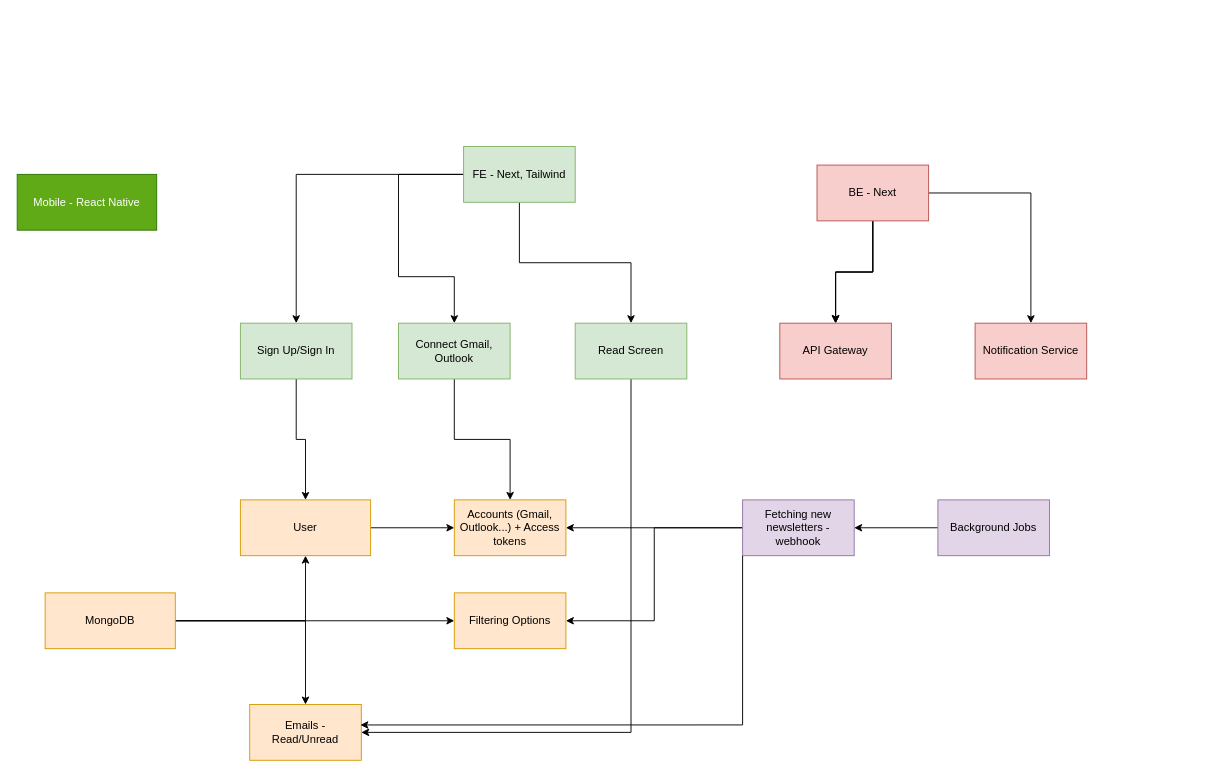
Earlier version of the draw.io diagram newsletter-app.drawio (hoangv97/draw-io). Source tidied: cells renumbered, new cells numbered last; positions are measured from the earlier drawing's top-left corner, leaving out a move shared by most shapes. Both pictures are drawn from the tidied source at 93%, with x=0, y=0 at pixel (17, 146).
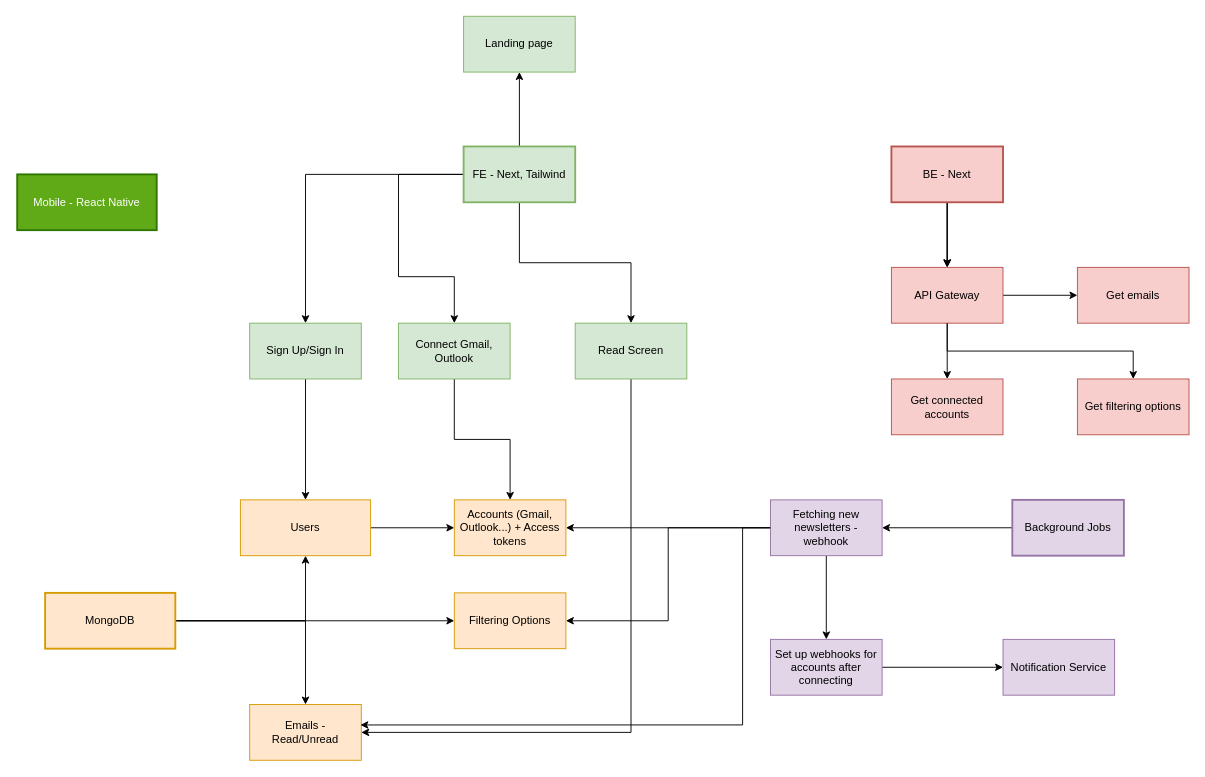
The same diagram, later.

Commit message:
Cập nhật newsletter-app.drawio

What changed in the source:
```diff
@@
+    <mxCell id="35" style="edgeStyle=orthogonalEdgeStyle;rounded=0;jettySize=auto;html=1;" parent="1" edge="1" source="5" target="41">
+      <mxGeometry relative="1" as="geometry" />
+    </mxCell>
-    <mxCell id="5" value="FE - Next, Tailwind" style="rounded=0;whiteSpace=wrap;html=1;fillColor=#d5e8d4;strokeColor=#82b366;" parent="1" vertex="1">
+    <mxCell id="5" value="FE - Next, Tailwind" style="rounded=0;whiteSpace=wrap;html=1;fillColor=#d5e8d4;strokeColor=#82b366;strokeWidth=2;" parent="1" vertex="1">
       <mxGeometry x="480" width="120" height="60" as="geometry" />
     </mxCell>
@@
-    <mxCell id="9" style="edgeStyle=orthogonalEdgeStyle;rounded=0;jettySize=auto;html=1;" parent="1" edge="1" source="10" target="31">
-      <mxGeometry relative="1" as="geometry" />
-    </mxCell>
-    <mxCell id="10" value="BE - Next" style="rounded=0;whiteSpace=wrap;html=1;fillColor=#f8cecc;strokeColor=#b85450;" parent="1" vertex="1">
-      <mxGeometry x="860" y="20" width="120" height="60" as="geometry" />
+    <mxCell id="10" value="BE - Next" style="rounded=0;whiteSpace=wrap;html=1;fillColor=#f8cecc;strokeColor=#b85450;strokeWidth=2;" parent="1" vertex="1">
+      <mxGeometry x="940" width="120" height="60" as="geometry" />
     </mxCell>
@@
     <mxCell id="12" value="Sign Up/Sign In" style="rounded=0;whiteSpace=wrap;html=1;fillColor=#d5e8d4;strokeColor=#82b366;" parent="1" vertex="1">
-      <mxGeometry x="240" y="190" width="120" height="60" as="geometry" />
+      <mxGeometry x="250" y="190" width="120" height="60" as="geometry" />
     </mxCell>
@@
-    <mxCell id="15" value="Mobile - React Native" style="rounded=0;whiteSpace=wrap;html=1;fillColor=#60a917;strokeColor=#2D7600;fontColor=#ffffff;" parent="1" vertex="1">
+    <mxCell id="15" value="Mobile - React Native" style="rounded=0;whiteSpace=wrap;html=1;fillColor=#60a917;strokeColor=#2D7600;fontColor=#ffffff;strokeWidth=2;" parent="1" vertex="1">
       <mxGeometry y="30" width="150" height="60" as="geometry" />
     </mxCell>
@@
-    <mxCell id="17" value="Background Jobs" style="rounded=0;whiteSpace=wrap;html=1;fillColor=#e1d5e7;strokeColor=#9673a6;" parent="1" vertex="1">
-      <mxGeometry x="990" y="380" width="120" height="60" as="geometry" />
+    <mxCell id="17" value="Background Jobs" style="rounded=0;whiteSpace=wrap;html=1;fillColor=#e1d5e7;strokeColor=#9673a6;strokeWidth=2;" parent="1" vertex="1">
+      <mxGeometry x="1070" y="380" width="120" height="60" as="geometry" />
     </mxCell>
@@
-    <mxCell id="21" value="MongoDB" style="rounded=0;whiteSpace=wrap;html=1;fillColor=#ffe6cc;strokeColor=#d79b00;" parent="1" vertex="1">
+    <mxCell id="21" value="MongoDB" style="rounded=0;whiteSpace=wrap;html=1;fillColor=#ffe6cc;strokeColor=#d79b00;strokeWidth=2;" parent="1" vertex="1">
       <mxGeometry x="30" y="480" width="140" height="60" as="geometry" />
     </mxCell>
@@
-    <mxCell id="23" value="User" style="rounded=0;whiteSpace=wrap;html=1;fillColor=#ffe6cc;strokeColor=#d79b00;" parent="1" vertex="1">
+    <mxCell id="23" value="Users" style="rounded=0;whiteSpace=wrap;html=1;fillColor=#ffe6cc;strokeColor=#d79b00;" parent="1" vertex="1">
       <mxGeometry x="240" y="380" width="140" height="60" as="geometry" />
     </mxCell>
@@
+    <mxCell id="36" style="edgeStyle=orthogonalEdgeStyle;rounded=0;jettySize=auto;html=1;" parent="1" edge="1" source="29" target="40">
+      <mxGeometry relative="1" as="geometry" />
+    </mxCell>
     <mxCell id="29" value="Fetching new newsletters - webhook" style="whiteSpace=wrap;html=1;fillColor=#e1d5e7;strokeColor=#9673a6;rounded=0;" parent="1" vertex="1">
-      <mxGeometry x="780" y="380" width="120" height="60" as="geometry" />
+      <mxGeometry x="810" y="380" width="120" height="60" as="geometry" />
     </mxCell>
+    <mxCell id="37" style="edgeStyle=orthogonalEdgeStyle;rounded=0;jettySize=auto;html=1;" parent="1" edge="1" source="30" target="43">
+      <mxGeometry relative="1" as="geometry" />
+    </mxCell>
+    <mxCell id="38" style="edgeStyle=orthogonalEdgeStyle;rounded=0;jettySize=auto;html=1;" parent="1" edge="1" source="30" target="45">
+      <mxGeometry relative="1" as="geometry" />
+    </mxCell>
     <mxCell id="30" value="API Gateway" style="whiteSpace=wrap;html=1;fillColor=#f8cecc;strokeColor=#b85450;rounded=0;" parent="1" vertex="1">
-      <mxGeometry x="820" y="190" width="120" height="60" as="geometry" />
+      <mxGeometry x="940" y="130" width="120" height="60" as="geometry" />
     </mxCell>
-    <mxCell id="31" value="Notification Service" style="whiteSpace=wrap;html=1;fillColor=#f8cecc;strokeColor=#b85450;rounded=0;" parent="1" vertex="1">
-      <mxGeometry x="1030" y="190" width="120" height="60" as="geometry" />
+    <mxCell id="31" value="Notification Service" style="whiteSpace=wrap;html=1;fillColor=#e1d5e7;strokeColor=#9673a6;rounded=0;" parent="1" vertex="1">
+      <mxGeometry x="1060" y="530" width="120" height="60" as="geometry" />
     </mxCell>
@@
+    <mxCell id="39" style="edgeStyle=orthogonalEdgeStyle;rounded=0;jettySize=auto;html=1;" parent="1" edge="1" source="40" target="31">
+      <mxGeometry relative="1" as="geometry" />
+    </mxCell>
+    <mxCell id="40" value="Set up webhooks for accounts after connecting" style="whiteSpace=wrap;html=1;fillColor=#e1d5e7;strokeColor=#9673a6;rounded=0;" parent="1" vertex="1">
+      <mxGeometry x="810" y="530" width="120" height="60" as="geometry" />
+    </mxCell>
+    <mxCell id="41" value="Landing page" style="whiteSpace=wrap;html=1;fillColor=#d5e8d4;strokeColor=#82b366;rounded=0;" parent="1" vertex="1">
+      <mxGeometry x="480" y="-140" width="120" height="60" as="geometry" />
+    </mxCell>
+    <mxCell id="42" style="edgeStyle=orthogonalEdgeStyle;rounded=0;jettySize=auto;html=1;exitX=0.5;exitY=1;exitDx=0;exitDy=0;" parent="1" edge="1" source="30" target="44">
+      <mxGeometry relative="1" as="geometry" />
+    </mxCell>
+    <mxCell id="43" value="Get emails" style="whiteSpace=wrap;html=1;fillColor=#f8cecc;strokeColor=#b85450;rounded=0;" parent="1" vertex="1">
+      <mxGeometry x="1140" y="130" width="120" height="60" as="geometry" />
+    </mxCell>
+    <mxCell id="44" value="Get filtering options" style="whiteSpace=wrap;html=1;fillColor=#f8cecc;strokeColor=#b85450;rounded=0;" parent="1" vertex="1">
+      <mxGeometry x="1140" y="250" width="120" height="60" as="geometry" />
+    </mxCell>
+    <mxCell id="45" value="Get connected accounts" style="whiteSpace=wrap;html=1;fillColor=#f8cecc;strokeColor=#b85450;rounded=0;" parent="1" vertex="1">
+      <mxGeometry x="940" y="250" width="120" height="60" as="geometry" />
+    </mxCell>
```
